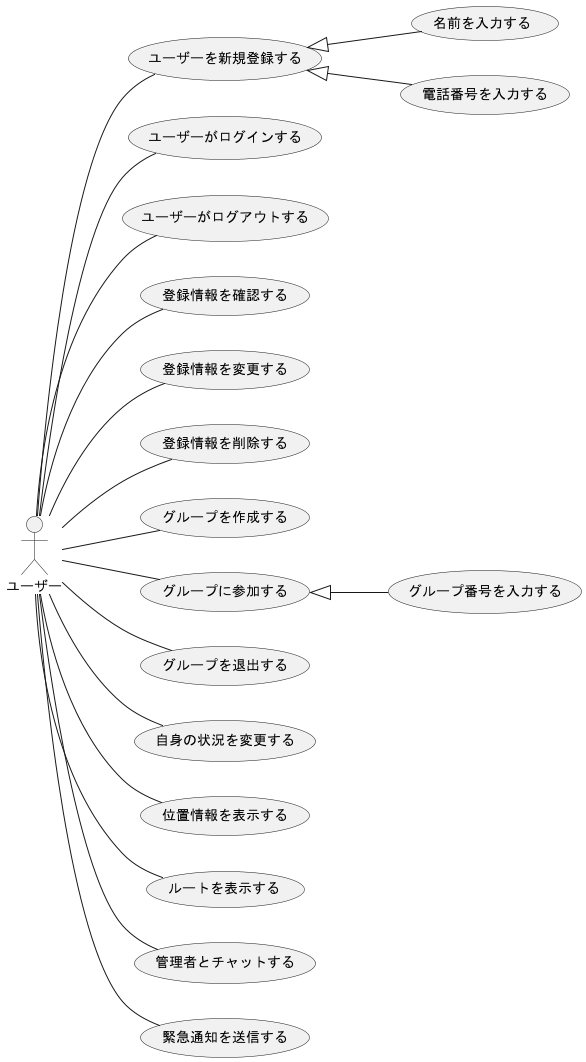
Above: out/F_usecase_user/ユースケース.png in ksw2270227/GroupF (PlantUML), before the change. Its diagram source:
```plantuml
@startuml ユースケース

left to right direction
actor ユーザー

ユーザー -- (ユーザーを新規登録する)
ユーザー -- (ユーザーがログインする)
ユーザー -- (ユーザーがログアウトする)
ユーザー -- (登録情報を確認する)
ユーザー -- (登録情報を変更する)
ユーザー -- (登録情報を削除する)
ユーザー -- (グループを作成する)
ユーザー -- (グループに参加する)
ユーザー -- (グループを退出する)
ユーザー -- (自身の状況を変更する)
ユーザー -- (位置情報を表示する)
ユーザー -- (ルートを表示する)
ユーザー -- (管理者とチャットする)
ユーザー -- (緊急通知を送信する)



(ユーザーを新規登録する) <|-- (名前を入力する)
(ユーザーを新規登録する) <|-- (電話番号を入力する)

(グループに参加する) <|-- (グループ番号を入力する)

@enduml
```
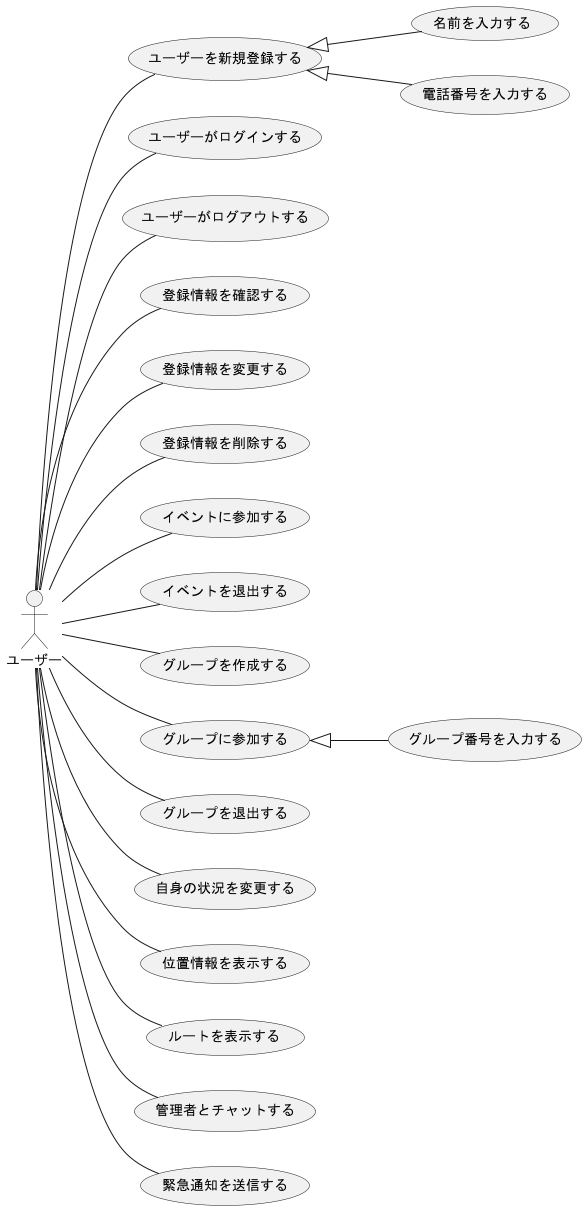
Above is the later version.

The edit, as a diff of the source:
```diff
@@ -9,6 +9,8 @@
 ユーザー -- (登録情報を確認する)
 ユーザー -- (登録情報を変更する)
 ユーザー -- (登録情報を削除する)
+ユーザー -- (イベントに参加する)
+ユーザー -- (イベントを退出する)
 ユーザー -- (グループを作成する)
 ユーザー -- (グループに参加する)
 ユーザー -- (グループを退出する)
```
